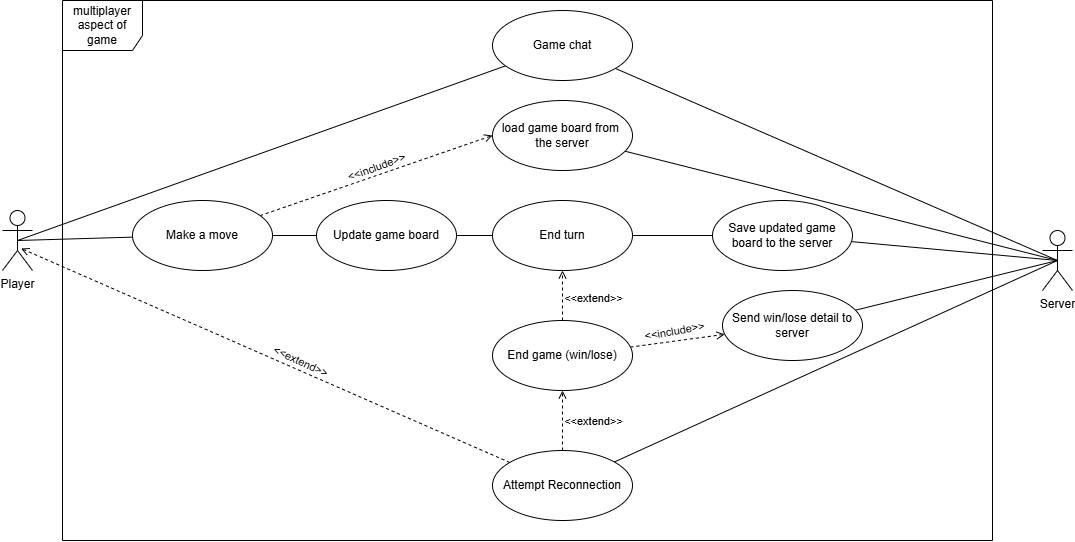
Earlier version of the draw.io export iteration1_deliverables/use_case_diagrams/use_case_diagram_networking.png (SarimEkram/Multiplayer-Board-platform). Source tidied: cells renumbered, new cells last; positions are measured from the earlier drawing's top-left corner, leaving out a move shared by most shapes.
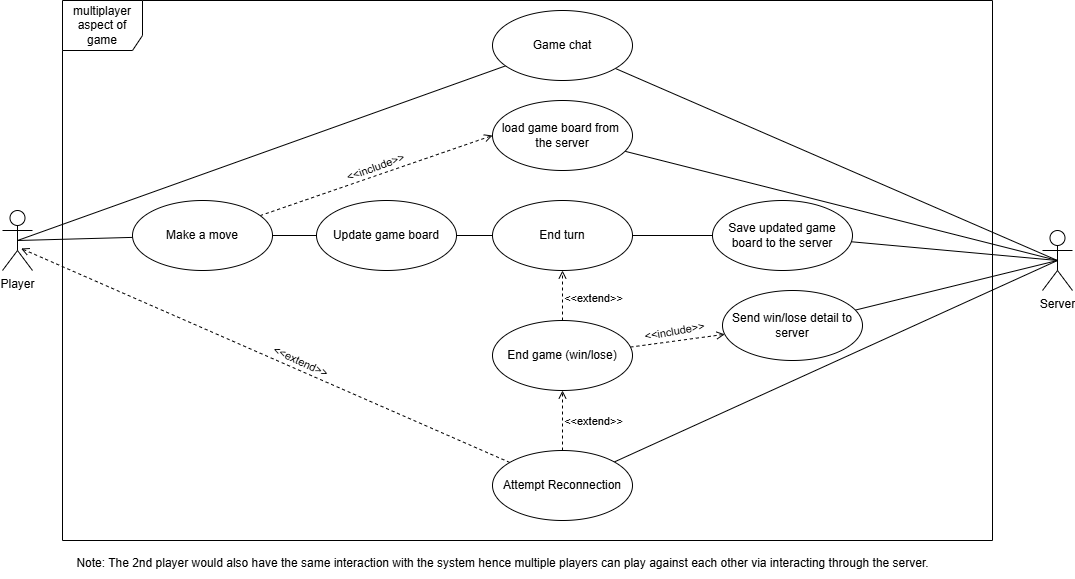
The same diagram one commit later.

Commit message:
Added a note in the use case diagram to make multiplayer system clear.

Diff of the diagram source:
```diff
@@ -108,5 +108,8 @@
     <mxCell id="33" value="load game board from&amp;nbsp;&lt;div&gt;the server&lt;/div&gt;" style="ellipse;whiteSpace=wrap;html=1;" parent="1" vertex="1">
       <mxGeometry x="490" y="100" width="140" height="70" as="geometry" />
     </mxCell>
+    <mxCell id="34" value="Note: The 2nd player would also have the same interaction with the system hence multiple players can play against each other via interacting through the server." style="text;html=1;align=center;verticalAlign=middle;strokeColor=none;fillColor=none;" parent="1" vertex="1">
+      <mxGeometry x="60" y="548" width="880" height="30" as="geometry" />
+    </mxCell>
   </root>
 </mxGraphModel>
```
